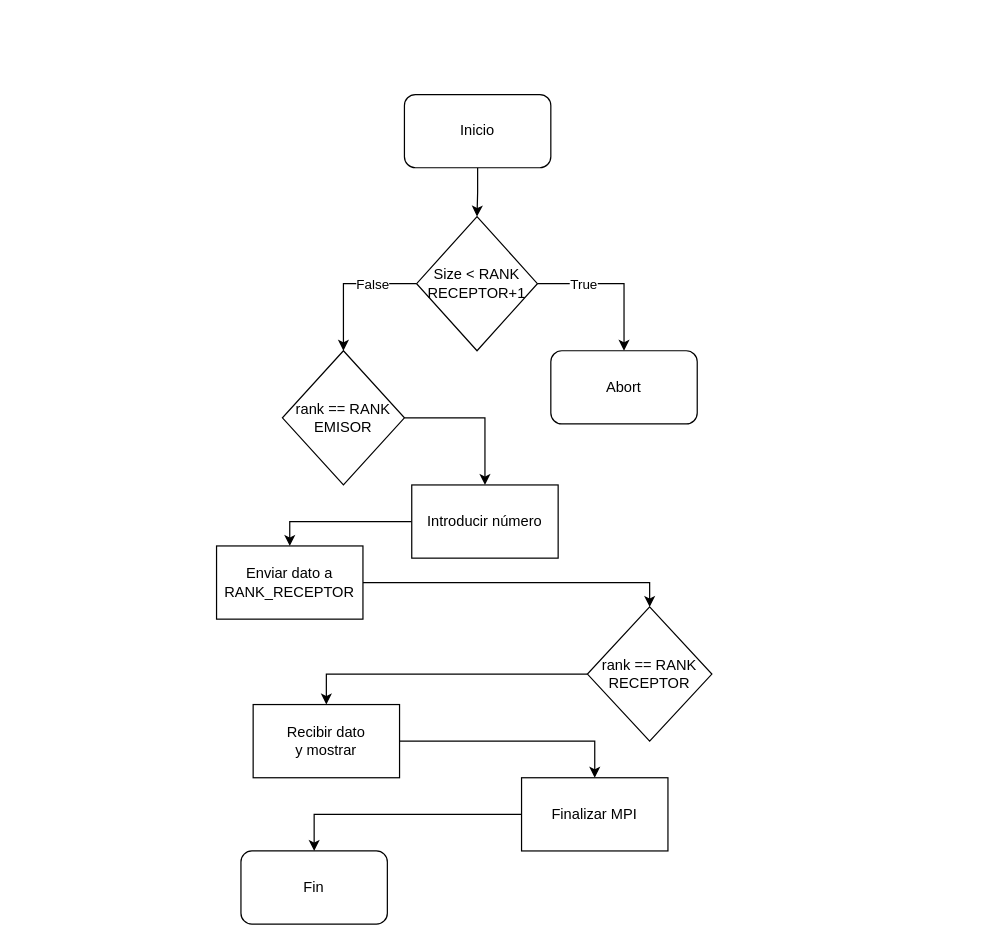
This is Diagrama.drawio from Joseleelsuper/ARPA-Practica1, a draw.io file, before an edit. Source tidied: cells renumbered, new cells numbered last; positions are measured from the earlier drawing's top-left corner, leaving out a move shared by most shapes. Both pictures are drawn from the tidied source at 122%, with x=0, y=0 at pixel (216, 94).
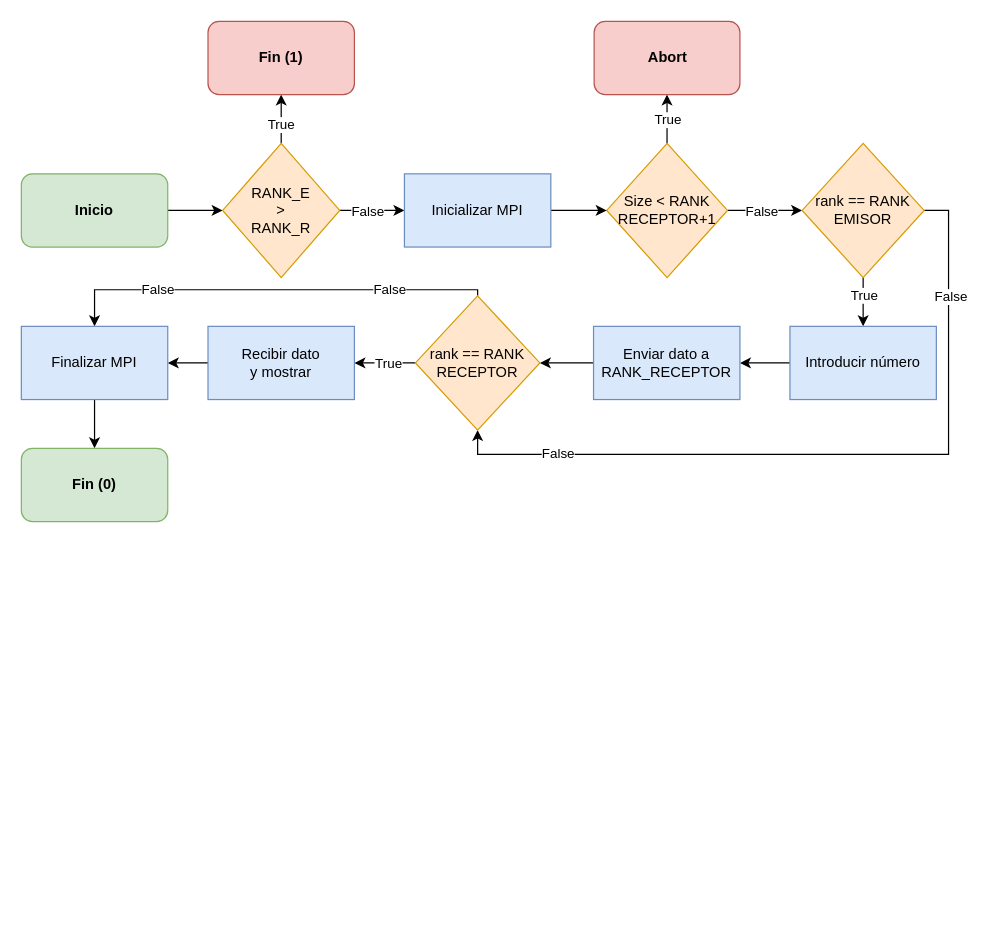
Above is the later version.

What changed in the source:
```diff
@@
-    <mxCell id="2" style="edgeStyle=orthogonalEdgeStyle;rounded=0;jettySize=auto;html=1;entryX=0.5;entryY=0;entryDx=0;entryDy=0;" parent="1" edge="1" source="3" target="8">
-      <mxGeometry relative="1" as="geometry" />
-    </mxCell>
+    <mxCell id="23" style="edgeStyle=orthogonalEdgeStyle;rounded=0;jettySize=auto;html=1;entryX=0;entryY=0.5;entryDx=0;entryDy=0;" parent="1" edge="1" source="3" target="36">
+      <mxGeometry relative="1" as="geometry" />
+    </mxCell>
-    <mxCell id="3" value="Inicio" style="rounded=1;whiteSpace=wrap;html=1;" parent="1" vertex="1">
-      <mxGeometry x="154" width="120" height="60" as="geometry" />
+    <mxCell id="3" value="&lt;b&gt;Inicio&lt;/b&gt;" style="rounded=1;whiteSpace=wrap;html=1;fillColor=#d5e8d4;strokeColor=#82b366;" parent="1" vertex="1">
+      <mxGeometry x="-160" y="65" width="120" height="60" as="geometry" />
     </mxCell>
-    <mxCell id="4" style="edgeStyle=orthogonalEdgeStyle;rounded=0;jettySize=auto;html=1;entryX=0.5;entryY=0;entryDx=0;entryDy=0;" parent="1" edge="1" source="8" target="9">
+    <mxCell id="4" style="edgeStyle=orthogonalEdgeStyle;rounded=0;jettySize=auto;html=1;entryX=0.5;entryY=1;entryDx=0;entryDy=0;" parent="1" edge="1" source="8" target="9">
       <mxGeometry relative="1" as="geometry" />
     </mxCell>
     <mxCell id="5" value="True" style="edgeLabel;html=1;align=center;verticalAlign=middle;" parent="4" vertex="1">
       <mxGeometry x="-0.11" y="-2" relative="1" as="geometry">
-        <mxPoint x="-19" y="-2" as="offset" />
+        <mxPoint x="-2" y="-2" as="offset" />
       </mxGeometry>
     </mxCell>
-    <mxCell id="6" style="edgeStyle=orthogonalEdgeStyle;rounded=0;jettySize=auto;html=1;entryX=0.5;entryY=0;entryDx=0;entryDy=0;" parent="1" edge="1" source="8" target="11">
+    <mxCell id="6" style="edgeStyle=orthogonalEdgeStyle;rounded=0;jettySize=auto;html=1;entryX=0;entryY=0.5;entryDx=0;entryDy=0;exitX=1;exitY=0.5;exitDx=0;exitDy=0;" parent="1" edge="1" source="8" target="11">
       <mxGeometry relative="1" as="geometry" />
     </mxCell>
     <mxCell id="7" value="False" style="edgeLabel;html=1;align=center;verticalAlign=middle;" parent="6" vertex="1">
       <mxGeometry x="-0.35" y="-3" relative="1" as="geometry">
-        <mxPoint y="3" as="offset" />
+        <mxPoint x="8" y="-3" as="offset" />
       </mxGeometry>
     </mxCell>
-    <mxCell id="8" value="Size &amp;lt; RANK&lt;br&gt;RECEPTOR+1" style="rhombus;whiteSpace=wrap;html=1;" parent="1" vertex="1">
-      <mxGeometry x="164" y="100" width="99" height="110" as="geometry" />
+    <mxCell id="8" value="Size &amp;lt; RANK&lt;br&gt;RECEPTOR+1" style="rhombus;whiteSpace=wrap;html=1;fillColor=#ffe6cc;strokeColor=#d79b00;" parent="1" vertex="1">
+      <mxGeometry x="319.8" y="40" width="99" height="110" as="geometry" />
     </mxCell>
-    <mxCell id="9" value="Abort" style="rounded=1;whiteSpace=wrap;html=1;" parent="1" vertex="1">
-      <mxGeometry x="274" y="210" width="120" height="60" as="geometry" />
+    <mxCell id="9" value="&lt;b&gt;Abort&lt;/b&gt;" style="rounded=1;whiteSpace=wrap;html=1;fillColor=#f8cecc;strokeColor=#b85450;" parent="1" vertex="1">
+      <mxGeometry x="309.5" y="-60" width="119.5" height="60" as="geometry" />
     </mxCell>
-    <mxCell id="10" style="edgeStyle=orthogonalEdgeStyle;rounded=0;jettySize=auto;html=1;entryX=0.5;entryY=0;entryDx=0;entryDy=0;" parent="1" edge="1" source="11" target="13">
+    <mxCell id="10" style="edgeStyle=orthogonalEdgeStyle;rounded=0;jettySize=auto;html=1;entryX=0.5;entryY=0;entryDx=0;entryDy=0;exitX=0.5;exitY=1;exitDx=0;exitDy=0;" parent="1" edge="1" source="11" target="13">
       <mxGeometry relative="1" as="geometry" />
     </mxCell>
+    <mxCell id="24" value="True" style="edgeLabel;html=1;align=center;verticalAlign=middle;" parent="10" vertex="1">
+      <mxGeometry x="-0.3" relative="1" as="geometry" />
+    </mxCell>
+    <mxCell id="25" style="edgeStyle=orthogonalEdgeStyle;rounded=0;jettySize=auto;html=1;entryX=0.5;entryY=1;entryDx=0;entryDy=0;exitX=1;exitY=0.5;exitDx=0;exitDy=0;" parent="1" edge="1" source="11" target="17">
+      <mxGeometry relative="1" as="geometry" />
+    </mxCell>
+    <mxCell id="26" value="False" style="edgeLabel;html=1;align=center;verticalAlign=middle;" parent="25" vertex="1">
+      <mxGeometry x="-0.72" y="1" relative="1" as="geometry">
+        <mxPoint y="2" as="offset" />
+      </mxGeometry>
+    </mxCell>
+    <mxCell id="27" value="False" style="edgeLabel;html=1;align=center;verticalAlign=middle;" parent="25" vertex="1">
+      <mxGeometry x="0.6" y="-2" relative="1" as="geometry">
+        <mxPoint x="-40" as="offset" />
+      </mxGeometry>
+    </mxCell>
-    <mxCell id="11" value="rank == RANK&lt;br&gt;EMISOR" style="rhombus;whiteSpace=wrap;html=1;" parent="1" vertex="1">
-      <mxGeometry x="54" y="210" width="100" height="110" as="geometry" />
+    <mxCell id="11" value="rank == RANK&lt;br&gt;EMISOR" style="rhombus;whiteSpace=wrap;html=1;fillColor=#ffe6cc;strokeColor=#d79b00;" parent="1" vertex="1">
+      <mxGeometry x="480" y="40" width="100" height="110" as="geometry" />
     </mxCell>
-    <mxCell id="12" style="edgeStyle=orthogonalEdgeStyle;rounded=0;jettySize=auto;html=1;entryX=0.5;entryY=0;entryDx=0;entryDy=0;" parent="1" edge="1" source="13" target="15">
+    <mxCell id="12" style="edgeStyle=orthogonalEdgeStyle;rounded=0;jettySize=auto;html=1;entryX=1;entryY=0.5;entryDx=0;entryDy=0;" parent="1" edge="1" source="13" target="15">
       <mxGeometry relative="1" as="geometry" />
     </mxCell>
-    <mxCell id="13" value="Introducir número" style="rounded=0;whiteSpace=wrap;html=1;" parent="1" vertex="1">
-      <mxGeometry x="160" y="320" width="120" height="60" as="geometry" />
+    <mxCell id="13" value="Introducir número" style="rounded=0;whiteSpace=wrap;html=1;fillColor=#dae8fc;strokeColor=#6c8ebf;" parent="1" vertex="1">
+      <mxGeometry x="470" y="190" width="120" height="60" as="geometry" />
     </mxCell>
-    <mxCell id="14" style="edgeStyle=orthogonalEdgeStyle;rounded=0;jettySize=auto;html=1;entryX=0.5;entryY=0;entryDx=0;entryDy=0;" parent="1" edge="1" source="15" target="17">
+    <mxCell id="14" style="edgeStyle=orthogonalEdgeStyle;rounded=0;jettySize=auto;html=1;entryX=1;entryY=0.5;entryDx=0;entryDy=0;exitX=0;exitY=0.5;exitDx=0;exitDy=0;" parent="1" edge="1" source="15" target="17">
       <mxGeometry relative="1" as="geometry" />
     </mxCell>
-    <mxCell id="15" value="Enviar dato a RANK_RECEPTOR" style="rounded=0;whiteSpace=wrap;html=1;" parent="1" vertex="1">
-      <mxGeometry y="370" width="120" height="60" as="geometry" />
+    <mxCell id="15" value="Enviar dato a RANK_RECEPTOR" style="rounded=0;whiteSpace=wrap;html=1;fillColor=#dae8fc;strokeColor=#6c8ebf;" parent="1" vertex="1">
+      <mxGeometry x="309" y="190" width="120" height="60" as="geometry" />
     </mxCell>
-    <mxCell id="16" style="edgeStyle=orthogonalEdgeStyle;rounded=0;jettySize=auto;html=1;entryX=0.5;entryY=0;entryDx=0;entryDy=0;" parent="1" edge="1" source="17" target="19">
+    <mxCell id="16" style="edgeStyle=orthogonalEdgeStyle;rounded=0;jettySize=auto;html=1;entryX=1;entryY=0.5;entryDx=0;entryDy=0;" parent="1" edge="1" source="17" target="19">
       <mxGeometry relative="1" as="geometry" />
     </mxCell>
+    <mxCell id="28" value="True" style="edgeLabel;html=1;align=center;verticalAlign=middle;" parent="16" vertex="1">
+      <mxGeometry x="0.07" relative="1" as="geometry">
+        <mxPoint x="4" as="offset" />
+      </mxGeometry>
+    </mxCell>
+    <mxCell id="29" style="edgeStyle=orthogonalEdgeStyle;rounded=0;jettySize=auto;html=1;entryX=0.5;entryY=0;entryDx=0;entryDy=0;exitX=0.5;exitY=0;exitDx=0;exitDy=0;" parent="1" edge="1" source="17" target="21">
+      <mxGeometry relative="1" as="geometry">
+        <Array as="points">
+          <mxPoint x="214" y="160" />
+          <mxPoint x="-100" y="160" />
+        </Array>
+      </mxGeometry>
+    </mxCell>
+    <mxCell id="30" value="False" style="edgeLabel;html=1;align=center;verticalAlign=middle;" parent="29" vertex="1">
+      <mxGeometry x="-0.58" y="-1" relative="1" as="geometry">
+        <mxPoint x="-5" as="offset" />
+      </mxGeometry>
+    </mxCell>
+    <mxCell id="31" value="False" style="edgeLabel;html=1;align=center;verticalAlign=middle;" parent="29" vertex="1">
+      <mxGeometry x="0.57" y="-1" relative="1" as="geometry">
+        <mxPoint x="6" as="offset" />
+      </mxGeometry>
+    </mxCell>
-    <mxCell id="17" value="rank == RANK&lt;br&gt;RECEPTOR" style="rhombus;whiteSpace=wrap;html=1;" parent="1" vertex="1">
-      <mxGeometry x="304" y="420" width="102" height="110" as="geometry" />
+    <mxCell id="17" value="rank == RANK&lt;br&gt;RECEPTOR" style="rhombus;whiteSpace=wrap;html=1;fillColor=#ffe6cc;strokeColor=#d79b00;" parent="1" vertex="1">
+      <mxGeometry x="163" y="165" width="102" height="110" as="geometry" />
     </mxCell>
-    <mxCell id="18" style="edgeStyle=orthogonalEdgeStyle;rounded=0;jettySize=auto;html=1;entryX=0.5;entryY=0;entryDx=0;entryDy=0;" parent="1" edge="1" source="19" target="21">
+    <mxCell id="18" style="edgeStyle=orthogonalEdgeStyle;rounded=0;jettySize=auto;html=1;entryX=1;entryY=0.5;entryDx=0;entryDy=0;exitX=0;exitY=0.5;exitDx=0;exitDy=0;" parent="1" edge="1" source="19" target="21">
       <mxGeometry relative="1" as="geometry" />
     </mxCell>
-    <mxCell id="19" value="Recibir dato&lt;br&gt;y mostrar" style="rounded=0;whiteSpace=wrap;html=1;" parent="1" vertex="1">
-      <mxGeometry x="30" y="500" width="120" height="60" as="geometry" />
+    <mxCell id="19" value="Recibir dato&lt;br&gt;y mostrar" style="rounded=0;whiteSpace=wrap;html=1;fillColor=#dae8fc;strokeColor=#6c8ebf;" parent="1" vertex="1">
+      <mxGeometry x="-7" y="190" width="120" height="60" as="geometry" />
     </mxCell>
@@
-    <mxCell id="21" value="Finalizar MPI" style="rounded=0;whiteSpace=wrap;html=1;" parent="1" vertex="1">
-      <mxGeometry x="250" y="560" width="120" height="60" as="geometry" />
+    <mxCell id="21" value="Finalizar MPI" style="rounded=0;whiteSpace=wrap;html=1;fillColor=#dae8fc;strokeColor=#6c8ebf;" parent="1" vertex="1">
+      <mxGeometry x="-160" y="190" width="120" height="60" as="geometry" />
     </mxCell>
-    <mxCell id="22" value="Fin" style="rounded=1;whiteSpace=wrap;html=1;" parent="1" vertex="1">
-      <mxGeometry x="20" y="620" width="120" height="60" as="geometry" />
+    <mxCell id="22" value="&lt;b&gt;Fin (0)&lt;/b&gt;" style="rounded=1;whiteSpace=wrap;html=1;fillColor=#d5e8d4;strokeColor=#82b366;" parent="1" vertex="1">
+      <mxGeometry x="-160" y="290" width="120" height="60" as="geometry" />
     </mxCell>
+    <mxCell id="32" style="edgeStyle=orthogonalEdgeStyle;rounded=0;jettySize=auto;html=1;entryX=0.5;entryY=1;entryDx=0;entryDy=0;" parent="1" edge="1" source="36" target="37">
+      <mxGeometry relative="1" as="geometry" />
+    </mxCell>
+    <mxCell id="33" value="True" style="edgeLabel;html=1;align=center;verticalAlign=middle;" parent="32" vertex="1">
+      <mxGeometry x="-0.2" y="1" relative="1" as="geometry" />
+    </mxCell>
+    <mxCell id="34" style="edgeStyle=orthogonalEdgeStyle;rounded=0;jettySize=auto;html=1;entryX=0;entryY=0.5;entryDx=0;entryDy=0;" parent="1" edge="1" source="36" target="39">
+      <mxGeometry relative="1" as="geometry" />
+    </mxCell>
+    <mxCell id="35" value="False" style="edgeLabel;html=1;align=center;verticalAlign=middle;" parent="34" vertex="1">
+      <mxGeometry x="-0.02" y="1" relative="1" as="geometry">
+        <mxPoint x="-4" y="1" as="offset" />
+      </mxGeometry>
+    </mxCell>
+    <mxCell id="36" value="RANK_E &lt;br&gt;&amp;gt; &lt;br&gt;RANK_R" style="rhombus;whiteSpace=wrap;html=1;fillColor=#ffe6cc;strokeColor=#d79b00;" parent="1" vertex="1">
+      <mxGeometry x="5" y="40" width="96" height="110" as="geometry" />
+    </mxCell>
+    <mxCell id="37" value="&lt;b&gt;Fin (1)&lt;/b&gt;" style="rounded=1;whiteSpace=wrap;html=1;fillColor=#f8cecc;strokeColor=#b85450;" parent="1" vertex="1">
+      <mxGeometry x="-7" y="-60" width="120" height="60" as="geometry" />
+    </mxCell>
+    <mxCell id="38" style="edgeStyle=orthogonalEdgeStyle;rounded=0;jettySize=auto;html=1;entryX=0;entryY=0.5;entryDx=0;entryDy=0;" parent="1" edge="1" source="39" target="8">
+      <mxGeometry relative="1" as="geometry" />
+    </mxCell>
+    <mxCell id="39" value="Inicializar MPI" style="rounded=0;whiteSpace=wrap;html=1;fillColor=#dae8fc;strokeColor=#6c8ebf;" parent="1" vertex="1">
+      <mxGeometry x="154" y="65" width="120" height="60" as="geometry" />
+    </mxCell>
```
